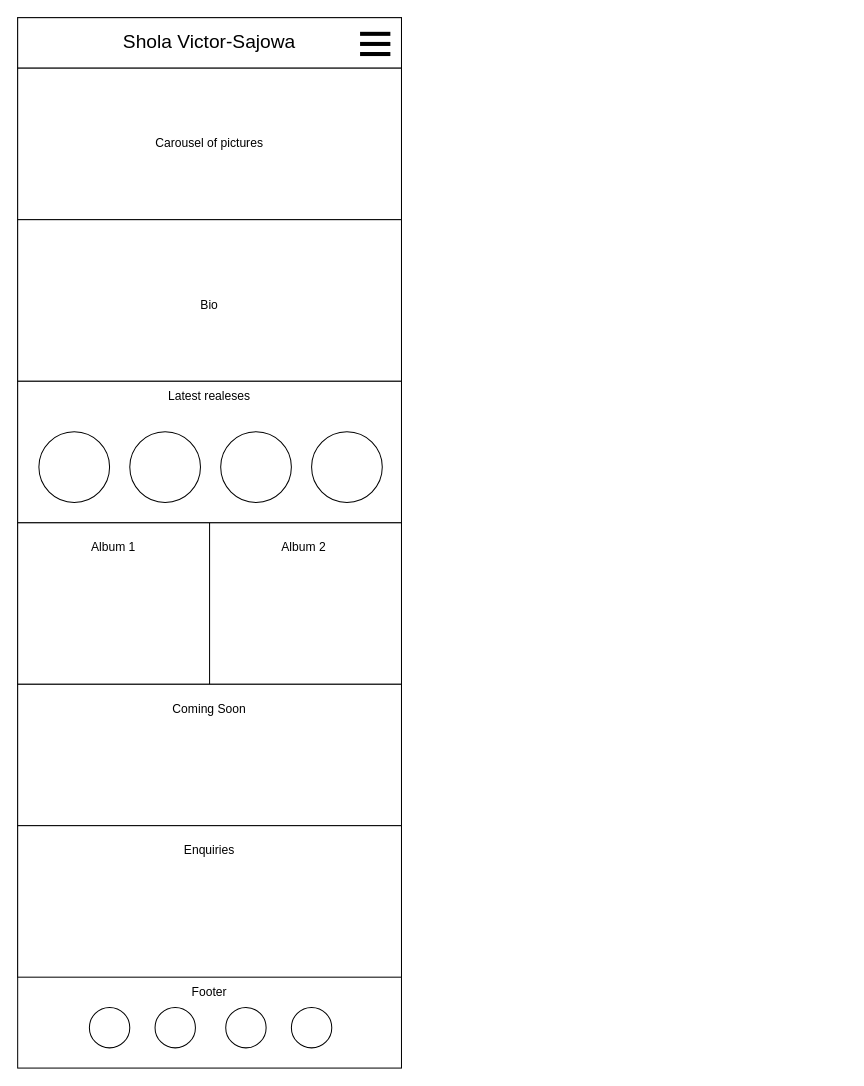
This is wireframes/homepage-wireframe-q1-coursework.drawio from DeoluVS/q1-coursework-codeinstitute, a draw.io file, before an edit. Source tidied: cells renumbered, new cells numbered last; positions are measured from the earlier drawing's top-left corner, leaving out a move shared by most shapes. Both pictures are drawn from the tidied source at 101%, with x=0, y=0 at pixel (17, 17).
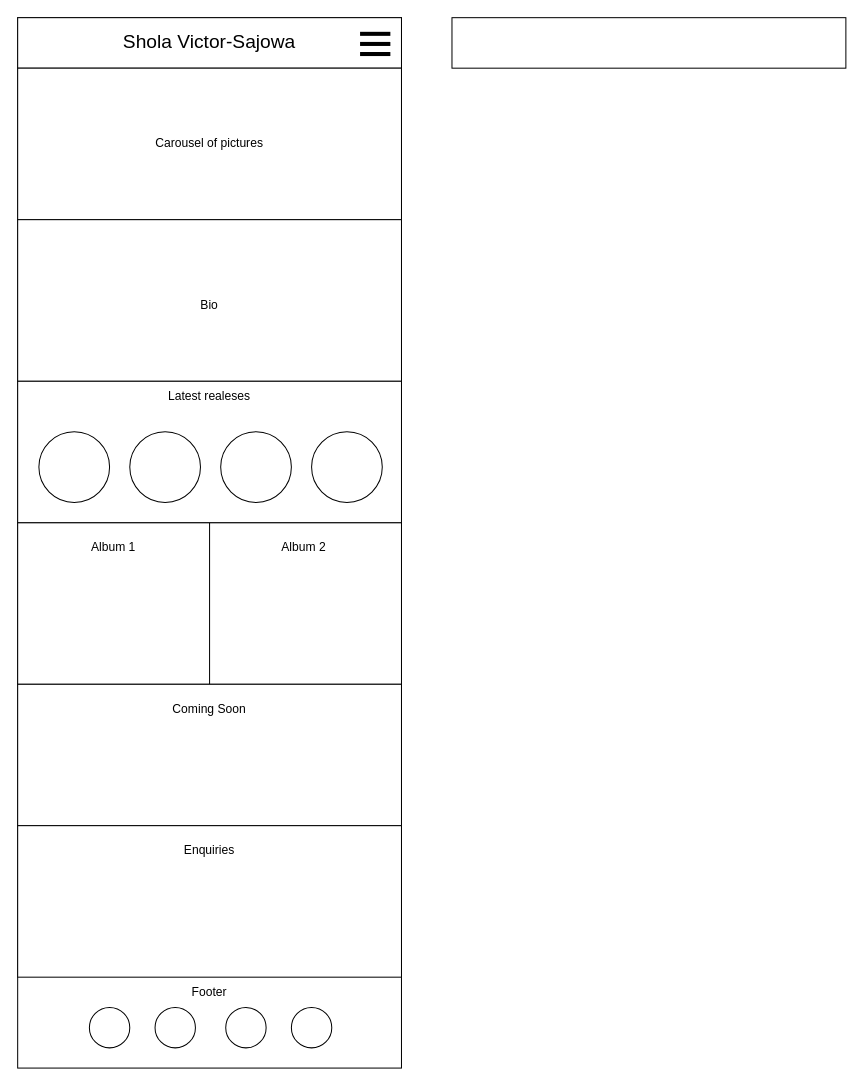
After the change.

Commit message (it also covers changes not shown here):
Wireframes for webpages

Change to the diagram source:
```diff
@@
+    <mxCell id="35" style="rounded=0;whiteSpace=wrap;html=1;" parent="1" vertex="1">
+      <mxGeometry x="430" width="390" height="50" as="geometry" />
+    </mxCell>
```
